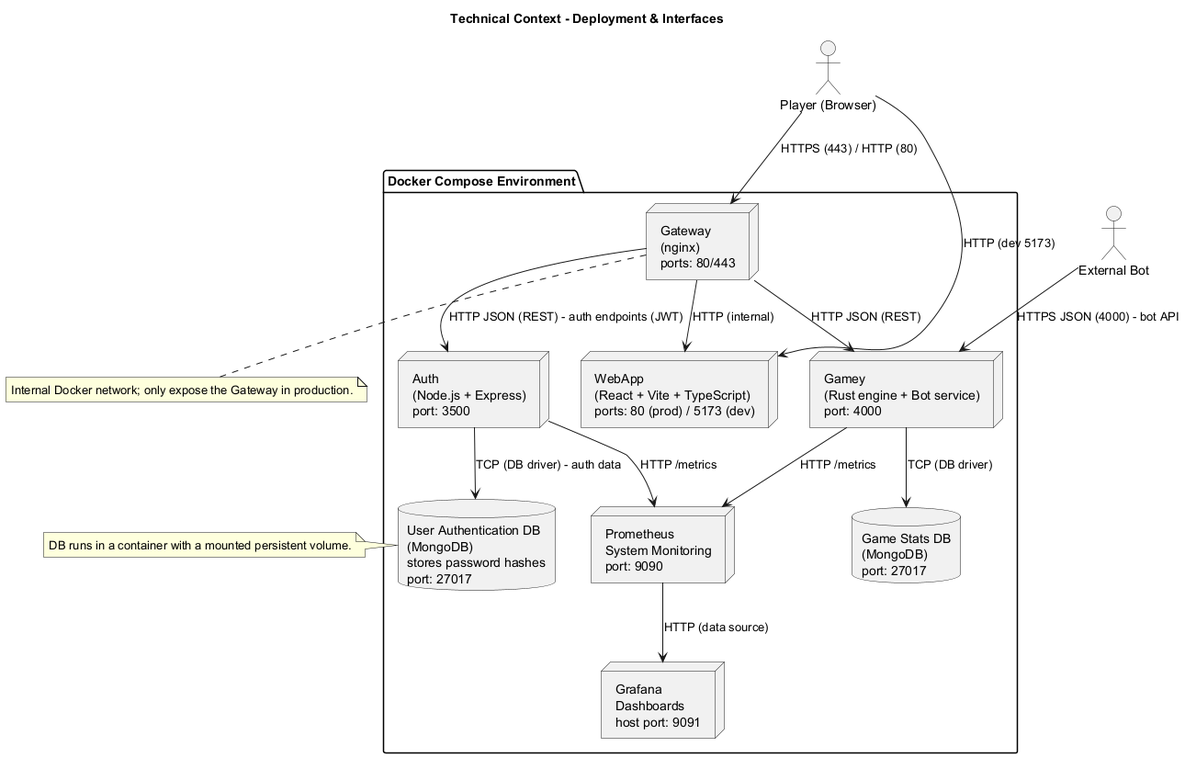
Above: images/technical-context-diagram.png in Arquisoft/yovi_es4b (PlantUML), before the change.
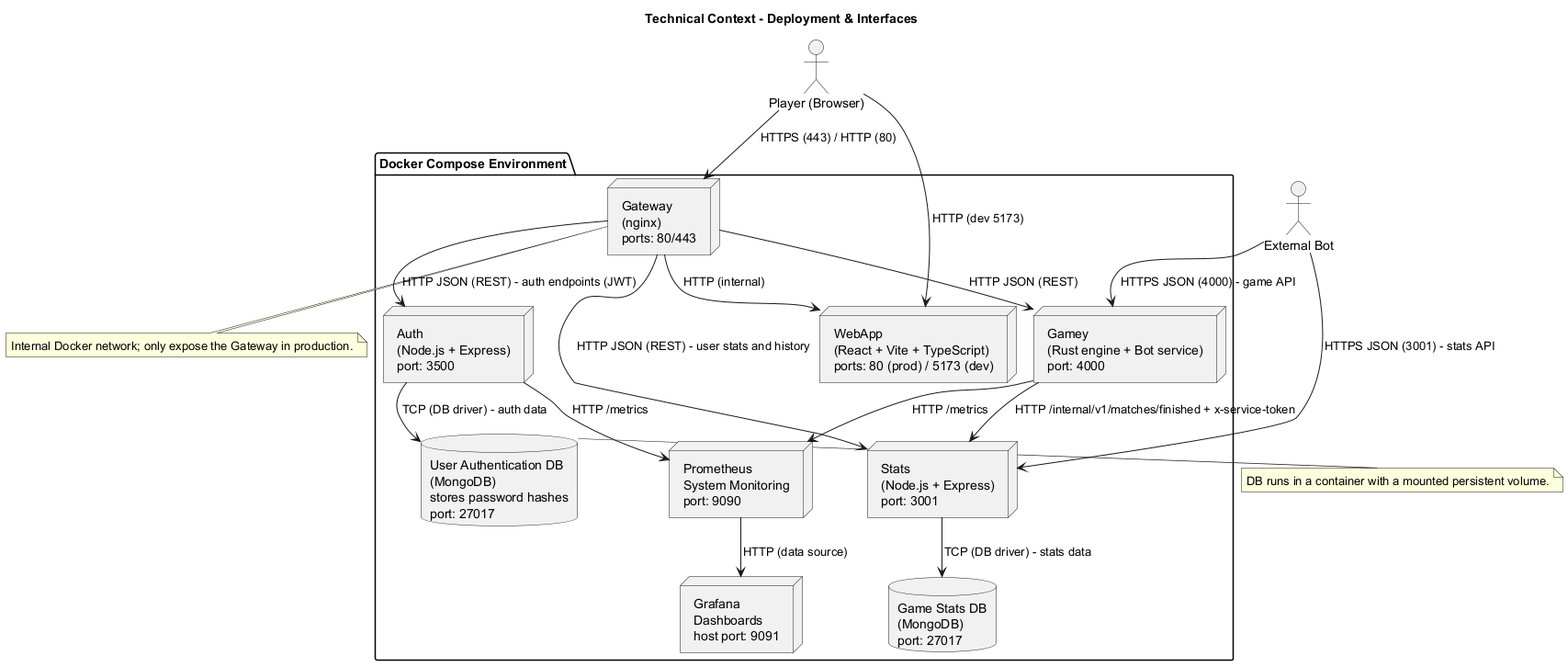
After the commit.

Diff of the diagram source:
```diff
@@ -9,6 +9,7 @@
     node "Gateway\n(nginx)\nports: 80/443" as Gateway
     node "WebApp\n(React + Vite + TypeScript)\nports: 80 (prod) / 5173 (dev)" as WebApp
     node "Auth\n(Node.js + Express)\nport: 3500" as Auth
+    node "Stats\n(Node.js + Express)\nport: 3001" as Stats
     node "Gamey\n(Rust engine + Bot service)\nport: 4000" as Gamey
 
     database "User Authentication DB\n(MongoDB)\nstores password hashes\nport: 27017" as UserDB
@@ -21,13 +22,16 @@
 Browser --> Gateway : HTTPS (443) / HTTP (80)
 Browser --> WebApp : HTTP (dev 5173)
 
-ExternalBot --> Gamey : HTTPS JSON (4000) - bot API
+ExternalBot --> Gamey : HTTPS JSON (4000) - game API
+ExternalBot --> Stats : HTTPS JSON (3001) - stats API
 
 Gateway --> WebApp : HTTP (internal)
 Gateway --> Auth : HTTP JSON (REST) - auth endpoints (JWT)
+Gateway --> Stats : HTTP JSON (REST) - user stats and history
 Gateway --> Gamey : HTTP JSON (REST)
 Auth --> UserDB : TCP (DB driver) - auth data
-Gamey --> GameDB : TCP (DB driver)
+Gamey --> Stats : HTTP /internal/v1/matches/finished + x-service-token
+Stats --> GameDB : TCP (DB driver) - stats data
 
 Auth --> Prometheus : HTTP /metrics
 Gamey --> Prometheus : HTTP /metrics
```
